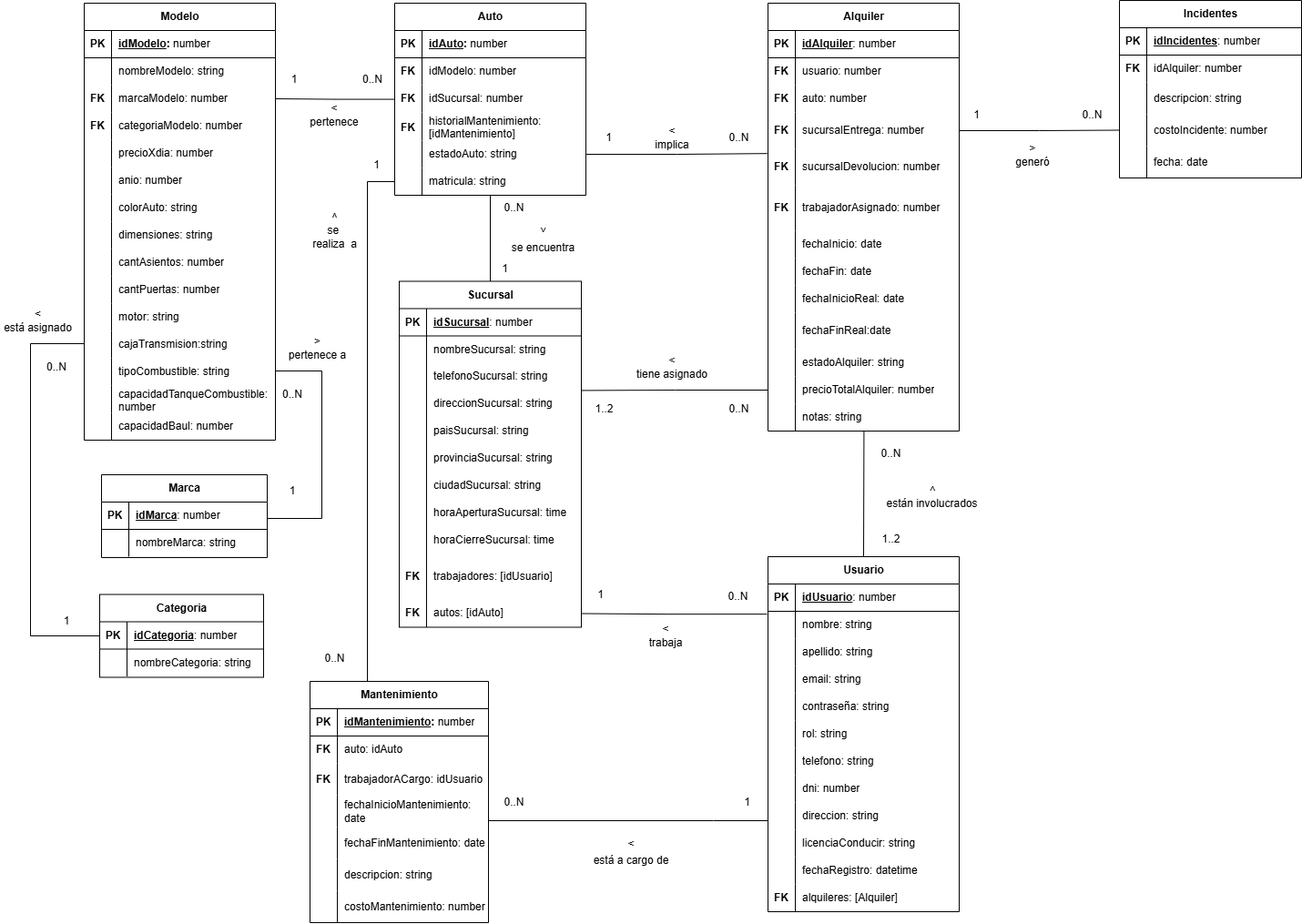
Above: assets/modelo-dominio.png in nicodiber/DSW-TP-AlquilerAutos (draw.io), before the change. Source tidied: cells renumbered, new cells last; positions are measured from the earlier drawing's top-left corner, leaving out a move shared by most shapes.
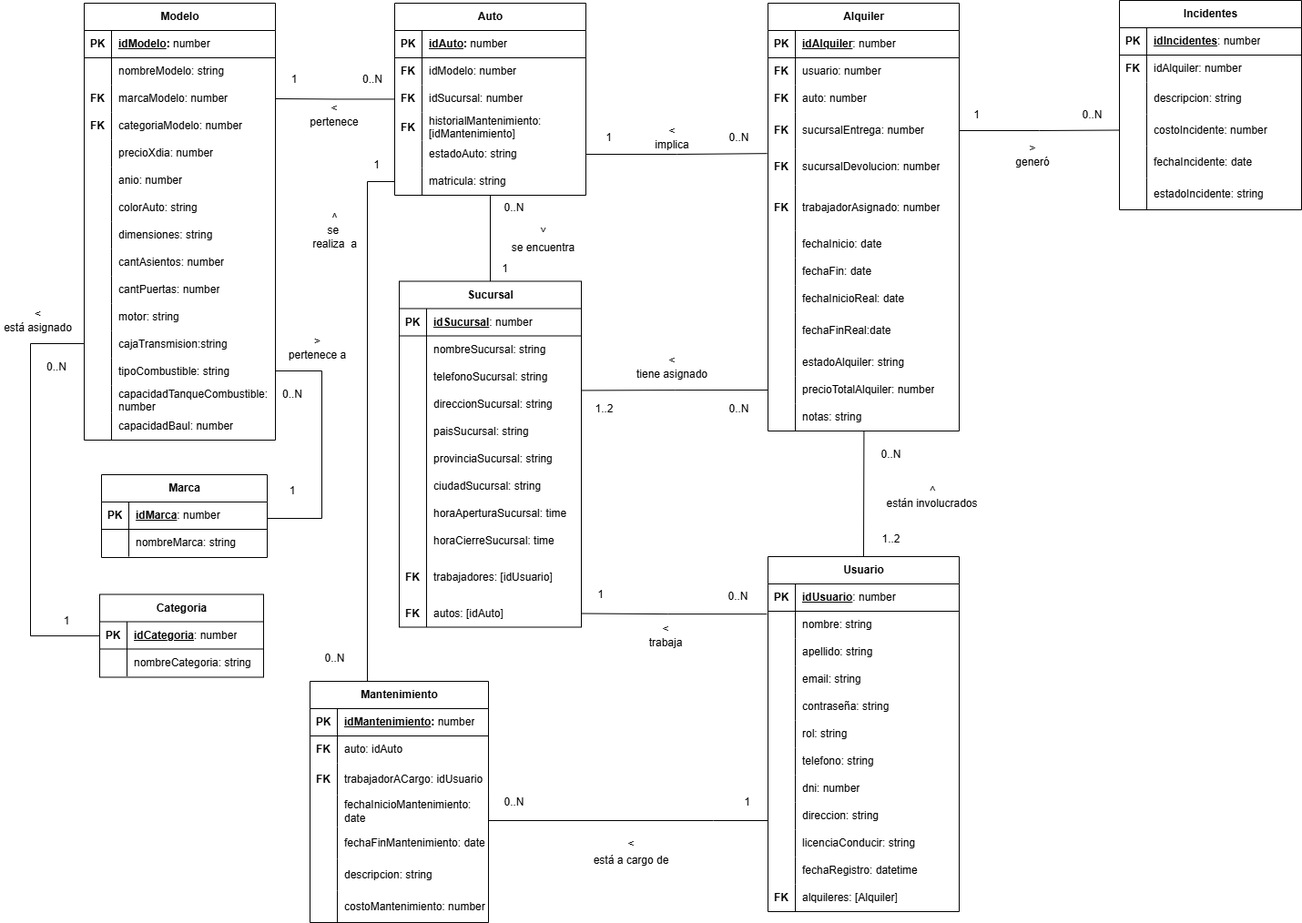
Later version of the same file.

Change to the diagram source:
```diff
@@ -467,7 +467,7 @@
       <mxGeometry x="30" width="152" height="30" as="geometry" />
     </mxCell>
     <mxCell id="152" value="Incidentes" style="shape=table;startSize=30;rowLines=0;fontStyle=1;align=center;html=1;" parent="1" vertex="1">
-      <mxGeometry x="1229" width="200" height="195" as="geometry" />
+      <mxGeometry x="1229" width="200" height="230" as="geometry" />
     </mxCell>
     <mxCell id="153" style="shape=tableRow;horizontal=0;startSize=0;swimlaneHead=0;swimlaneBody=0;fillColor=none;top=0;left=0;right=0;bottom=1;" parent="152" vertex="1">
       <mxGeometry y="30" width="200" height="30" as="geometry" />
@@ -511,9 +511,18 @@
     <mxCell id="166" style="shape=partialRectangle;fillColor=none;top=0;left=0;bottom=0;right=0;overflow=hidden;whiteSpace=wrap;html=1;" parent="165" vertex="1">
       <mxGeometry width="30" height="35" as="geometry" />
     </mxCell>
-    <mxCell id="167" value="fecha: date" style="shape=partialRectangle;top=0;left=0;bottom=0;right=0;align=left;spacingLeft=6;overflow=hidden;whiteSpace=wrap;html=1;fillColor=none;" parent="165" vertex="1">
+    <mxCell id="167" value="fechaIncidente: date" style="shape=partialRectangle;top=0;left=0;bottom=0;right=0;align=left;spacingLeft=6;overflow=hidden;whiteSpace=wrap;html=1;fillColor=none;" parent="165" vertex="1">
       <mxGeometry x="30" width="170" height="35" as="geometry" />
     </mxCell>
+    <mxCell id="278" style="shape=tableRow;horizontal=0;startSize=0;swimlaneHead=0;swimlaneBody=0;fillColor=none;top=0;left=0;right=0;bottom=0;" parent="152" vertex="1">
+      <mxGeometry y="195" width="200" height="35" as="geometry" />
+    </mxCell>
+    <mxCell id="279" style="shape=partialRectangle;fillColor=none;top=0;left=0;bottom=0;right=0;overflow=hidden;whiteSpace=wrap;html=1;" parent="278" vertex="1">
+      <mxGeometry width="30" height="35" as="geometry" />
+    </mxCell>
+    <mxCell id="280" value="estadoIncidente: string" style="shape=partialRectangle;top=0;left=0;bottom=0;right=0;align=left;spacingLeft=6;overflow=hidden;whiteSpace=wrap;html=1;fillColor=none;" parent="278" vertex="1">
+      <mxGeometry x="30" width="170" height="35" as="geometry" />
+    </mxCell>
     <mxCell id="168" style="edgeStyle=orthogonalEdgeStyle;rounded=0;jettySize=auto;html=1;endArrow=none;endFill=0;entryX=0;entryY=0.5;entryDx=0;entryDy=0;" parent="1" edge="1" source="169" target="61">
       <mxGeometry relative="1" as="geometry">
         <Array as="points">
```
